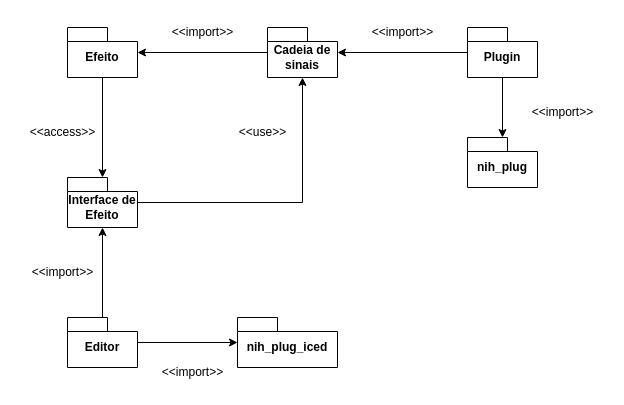
The draw.io diagram diagrams/Structure/Diagrama de Pacotes.drawio in GatoImorrivel/fretcat, before the edit. Source tidied: cells renumbered, new cells numbered last; positions are measured from the earlier drawing's top-left corner, leaving out a move shared by most shapes. Both pictures are drawn from the tidied source at 100%, with x=0, y=0 at pixel (17, 17).
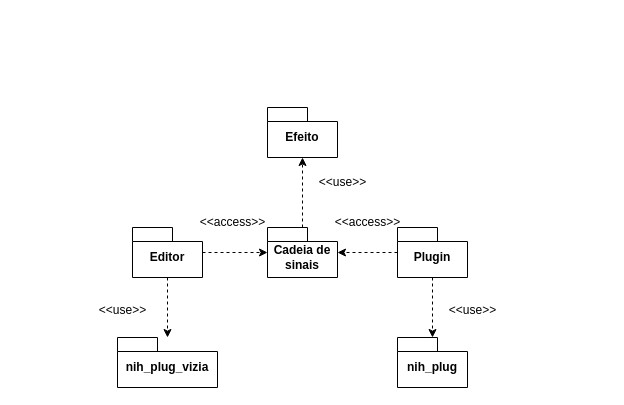
After the change.

Commit message:
changes to package diagram

What changed in the source:
```diff
@@
-    <mxCell id="2" style="rounded=0;jettySize=auto;html=1;" parent="1" edge="1" source="4" target="13">
-      <mxGeometry relative="1" as="geometry" />
-    </mxCell>
-    <mxCell id="3" style="edgeStyle=orthogonalEdgeStyle;rounded=0;jettySize=auto;html=1;" parent="1" edge="1" source="4" target="15">
+    <mxCell id="3" style="edgeStyle=orthogonalEdgeStyle;rounded=0;jettySize=auto;html=1;dashed=1;" parent="1" edge="1" source="4" target="15">
       <mxGeometry relative="1" as="geometry" />
     </mxCell>
+    <mxCell id="23" style="edgeStyle=orthogonalEdgeStyle;rounded=0;jettySize=auto;html=1;dashed=1;" parent="1" edge="1" source="4" target="11">
+      <mxGeometry relative="1" as="geometry" />
+    </mxCell>
     <mxCell id="4" value="Editor" style="shape=folder;fontStyle=1;spacingTop=10;tabWidth=40;tabHeight=14;tabPosition=left;html=1;whiteSpace=wrap;" parent="1" vertex="1">
-      <mxGeometry x="50" y="300" width="70" height="50" as="geometry" />
+      <mxGeometry x="115" y="210" width="70" height="50" as="geometry" />
     </mxCell>
+    <mxCell id="6" style="edgeStyle=orthogonalEdgeStyle;rounded=0;jettySize=auto;html=1;dashed=1;" parent="1" edge="1" source="7" target="14">
+      <mxGeometry relative="1" as="geometry" />
+    </mxCell>
-    <mxCell id="5" style="rounded=0;jettySize=auto;html=1;" parent="1" edge="1" source="7" target="11">
+    <mxCell id="5" style="edgeStyle=orthogonalEdgeStyle;rounded=0;jettySize=auto;html=1;dashed=1;" parent="1" edge="1" source="7" target="11">
       <mxGeometry relative="1" as="geometry" />
     </mxCell>
-    <mxCell id="6" style="edgeStyle=orthogonalEdgeStyle;rounded=0;jettySize=auto;html=1;" parent="1" edge="1" source="7" target="14">
-      <mxGeometry relative="1" as="geometry" />
-    </mxCell>
     <mxCell id="7" value="Plugin" style="shape=folder;fontStyle=1;spacingTop=10;tabWidth=40;tabHeight=14;tabPosition=left;html=1;whiteSpace=wrap;" parent="1" vertex="1">
-      <mxGeometry x="450" y="10" width="70" height="50" as="geometry" />
+      <mxGeometry x="380" y="210" width="70" height="50" as="geometry" />
     </mxCell>
-    <mxCell id="8" style="edgeStyle=orthogonalEdgeStyle;rounded=0;jettySize=auto;html=1;" parent="1" edge="1" source="9" target="13">
-      <mxGeometry relative="1" as="geometry" />
-    </mxCell>
     <mxCell id="9" value="&lt;div&gt;Efeito&lt;/div&gt;" style="shape=folder;fontStyle=1;spacingTop=10;tabWidth=40;tabHeight=14;tabPosition=left;html=1;whiteSpace=wrap;" parent="1" vertex="1">
-      <mxGeometry x="50" y="10" width="70" height="50" as="geometry" />
+      <mxGeometry x="250" y="90" width="70" height="50" as="geometry" />
     </mxCell>
-    <mxCell id="10" style="rounded=0;jettySize=auto;html=1;" parent="1" edge="1" source="11" target="9">
+    <mxCell id="10" style="edgeStyle=orthogonalEdgeStyle;rounded=0;jettySize=auto;html=1;dashed=1;" parent="1" edge="1" source="11" target="9">
       <mxGeometry relative="1" as="geometry" />
     </mxCell>
     <mxCell id="11" value="Cadeia de sinais" style="shape=folder;fontStyle=1;spacingTop=10;tabWidth=40;tabHeight=14;tabPosition=left;html=1;whiteSpace=wrap;" parent="1" vertex="1">
-      <mxGeometry x="250" y="10" width="70" height="50" as="geometry" />
+      <mxGeometry x="250" y="210" width="70" height="50" as="geometry" />
     </mxCell>
-    <mxCell id="12" style="edgeStyle=orthogonalEdgeStyle;rounded=0;jettySize=auto;html=1;entryX=0.5;entryY=1;entryDx=0;entryDy=0;entryPerimeter=0;" parent="1" edge="1" source="13" target="11">
-      <mxGeometry relative="1" as="geometry" />
-    </mxCell>
-    <mxCell id="13" value="Interface de Efeito" style="shape=folder;fontStyle=1;spacingTop=10;tabWidth=40;tabHeight=14;tabPosition=left;html=1;whiteSpace=wrap;" parent="1" vertex="1">
-      <mxGeometry x="50" y="160" width="70" height="50" as="geometry" />
-    </mxCell>
     <mxCell id="14" value="nih_plug" style="shape=folder;fontStyle=1;spacingTop=10;tabWidth=40;tabHeight=14;tabPosition=left;html=1;whiteSpace=wrap;" parent="1" vertex="1">
-      <mxGeometry x="450" y="120" width="70" height="50" as="geometry" />
+      <mxGeometry x="380" y="320" width="70" height="50" as="geometry" />
     </mxCell>
-    <mxCell id="15" value="nih_plug_iced" style="shape=folder;fontStyle=1;spacingTop=10;tabWidth=40;tabHeight=14;tabPosition=left;html=1;whiteSpace=wrap;" parent="1" vertex="1">
-      <mxGeometry x="220" y="300" width="100" height="50" as="geometry" />
+    <mxCell id="15" value="nih_plug_vizia" style="shape=folder;fontStyle=1;spacingTop=10;tabWidth=40;tabHeight=14;tabPosition=left;html=1;whiteSpace=wrap;" parent="1" vertex="1">
+      <mxGeometry x="100" y="320" width="100" height="50" as="geometry" />
     </mxCell>
-    <mxCell id="16" value="&amp;lt;&amp;lt;import&amp;gt;&amp;gt;" style="text;html=1;align=center;verticalAlign=middle;strokeColor=none;fillColor=none;" parent="1" vertex="1">
-      <mxGeometry y="240" width="90" height="30" as="geometry" />
-    </mxCell>
-    <mxCell id="17" value="&amp;lt;&amp;lt;import&amp;gt;&amp;gt;" style="text;html=1;align=center;verticalAlign=middle;strokeColor=none;fillColor=none;" parent="1" vertex="1">
-      <mxGeometry x="340" width="90" height="30" as="geometry" />
-    </mxCell>
-    <mxCell id="18" value="&amp;lt;&amp;lt;access&amp;gt;&amp;gt;" style="text;html=1;align=center;verticalAlign=middle;strokeColor=none;fillColor=none;" parent="1" vertex="1">
-      <mxGeometry y="100" width="90" height="30" as="geometry" />
-    </mxCell>
-    <mxCell id="19" value="&amp;lt;&amp;lt;use&amp;gt;&amp;gt;" style="text;html=1;align=center;verticalAlign=middle;strokeColor=none;fillColor=none;" parent="1" vertex="1">
-      <mxGeometry x="210" y="100" width="70" height="30" as="geometry" />
-    </mxCell>
-    <mxCell id="20" value="&amp;lt;&amp;lt;import&amp;gt;&amp;gt;" style="text;html=1;align=center;verticalAlign=middle;strokeColor=none;fillColor=none;" parent="1" vertex="1">
-      <mxGeometry x="140" width="90" height="30" as="geometry" />
-    </mxCell>
-    <mxCell id="21" value="&amp;lt;&amp;lt;import&amp;gt;&amp;gt;" style="text;html=1;align=center;verticalAlign=middle;strokeColor=none;fillColor=none;" parent="1" vertex="1">
-      <mxGeometry x="130" y="340" width="90" height="30" as="geometry" />
-    </mxCell>
-    <mxCell id="22" value="&amp;lt;&amp;lt;import&amp;gt;&amp;gt;" style="text;html=1;align=center;verticalAlign=middle;strokeColor=none;fillColor=none;" parent="1" vertex="1">
-      <mxGeometry x="500" y="80" width="90" height="30" as="geometry" />
-    </mxCell>
+    <mxCell id="24" value="&amp;lt;&amp;lt;use&amp;gt;&amp;gt;" style="text;html=1;align=center;verticalAlign=middle;strokeColor=none;fillColor=none;" parent="1" vertex="1">
+      <mxGeometry x="420" y="278" width="70" height="30" as="geometry" />
+    </mxCell>
+    <mxCell id="25" value="&amp;lt;&amp;lt;use&amp;gt;&amp;gt;" style="text;html=1;align=center;verticalAlign=middle;strokeColor=none;fillColor=none;" parent="1" vertex="1">
+      <mxGeometry x="70" y="278" width="70" height="30" as="geometry" />
+    </mxCell>
+    <mxCell id="26" value="&amp;lt;&amp;lt;access&amp;gt;&amp;gt;" style="text;html=1;align=center;verticalAlign=middle;strokeColor=none;fillColor=none;" parent="1" vertex="1">
+      <mxGeometry x="170" y="190" width="90" height="30" as="geometry" />
+    </mxCell>
+    <mxCell id="27" value="&amp;lt;&amp;lt;access&amp;gt;&amp;gt;" style="text;html=1;align=center;verticalAlign=middle;strokeColor=none;fillColor=none;" parent="1" vertex="1">
+      <mxGeometry x="305" y="190" width="90" height="30" as="geometry" />
+    </mxCell>
+    <mxCell id="28" value="&amp;lt;&amp;lt;use&amp;gt;&amp;gt;" style="text;html=1;align=center;verticalAlign=middle;strokeColor=none;fillColor=none;" parent="1" vertex="1">
+      <mxGeometry x="290" y="150" width="70" height="30" as="geometry" />
+    </mxCell>
```
